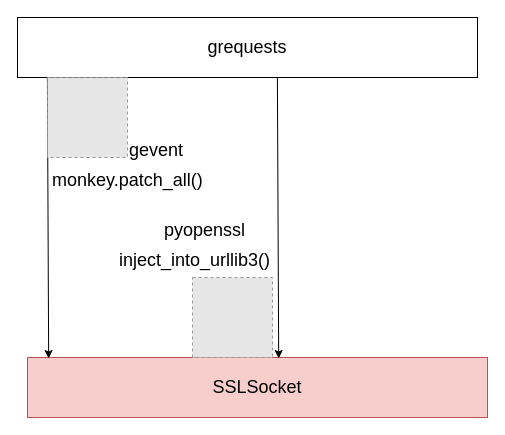
Earlier version of the draw.io diagram decks/grequests-https-talk/images/double-monkey-patching-3.drawio (saurabh-hirani/slides). Source tidied: cells renumbered, new cells numbered last; positions are measured from the earlier drawing's top-left corner, leaving out a move shared by most shapes. Both pictures are drawn from the tidied source at 100%, with x=0, y=0 at pixel (17, 17). Pictures stored in the file or linked from it are replaced by grey dashed boxes.
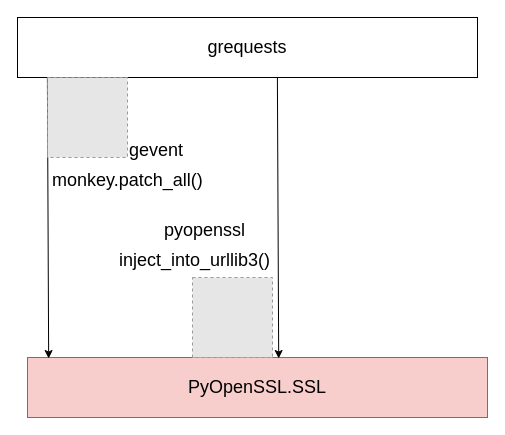
The same page after the edit.

Diff of the diagram source:
```diff
@@
 <mxGraphModel>
   <root>
     <mxCell id="0" />
     <mxCell id="1" parent="0" />
     <mxCell id="2" value="&lt;font style=&quot;font-size: 18px&quot;&gt;grequests&lt;/font&gt;" style="rounded=0;whiteSpace=wrap;html=1;" parent="1" vertex="1">
       <mxGeometry width="460" height="60" as="geometry" />
     </mxCell>
-    <mxCell id="3" value="&lt;font style=&quot;font-size: 18px&quot;&gt;SSLSocket&lt;/font&gt;" style="rounded=0;whiteSpace=wrap;html=1;fillColor=#f8cecc;strokeColor=#b85450;" parent="1" vertex="1">
+    <mxCell id="3" value="&lt;font style=&quot;font-size: 18px&quot;&gt;PyOpenSSL.SSL&lt;/font&gt;" style="rounded=0;whiteSpace=wrap;html=1;fillColor=#f8cecc;strokeColor=#b85450;" parent="1" vertex="1">
       <mxGeometry x="10" y="340" width="460" height="60" as="geometry" />
     </mxCell>
     <mxCell id="4" style="endArrow=classic;html=1;exitX=0.065;exitY=1;exitDx=0;exitDy=0;exitPerimeter=0;entryX=0.046;entryY=0.017;entryDx=0;entryDy=0;entryPerimeter=0;" parent="1" edge="1" source="2" target="3">
       <mxGeometry relative="1" as="geometry" />
     </mxCell>
     <mxCell id="5" style="fillColor=#E6E6E6;strokeColor=#999999;dashed=1;verticalLabelPosition=bottom;labelBackgroundColor=#ffffff;verticalAlign=top;" parent="1" vertex="1">
       <mxGeometry x="30" y="60" width="80" height="80" as="geometry" />
     </mxCell>
     <mxCell id="6" value="&lt;font style=&quot;font-size: 18px&quot;&gt;monkey.patch_all()&lt;/font&gt;" style="text;html=1;align=left;verticalAlign=top;spacingTop=-4;" parent="1" vertex="1">
       <mxGeometry x="33" y="150" width="170" height="20" as="geometry" />
     </mxCell>
     <mxCell id="7" style="endArrow=classic;html=1;exitX=0.065;exitY=1;exitDx=0;exitDy=0;exitPerimeter=0;entryX=0.046;entryY=0.017;entryDx=0;entryDy=0;entryPerimeter=0;" parent="1" edge="1">
       <mxGeometry relative="1" as="geometry">
         <mxPoint x="259.9" y="60" as="sourcePoint" />
         <mxPoint x="261.2" y="341" as="targetPoint" />
       </mxGeometry>
     </mxCell>
     <mxCell id="8" style="fillColor=#E6E6E6;strokeColor=#999999;dashed=1;verticalLabelPosition=bottom;labelBackgroundColor=#ffffff;verticalAlign=top;" parent="1" vertex="1">
       <mxGeometry x="175" y="260" width="80" height="80" as="geometry" />
     </mxCell>
     <mxCell id="9" value="&lt;font style=&quot;font-size: 18px&quot;&gt;inject_into_urllib3()&lt;/font&gt;" style="text;html=1;align=left;verticalAlign=top;spacingTop=-4;" parent="1" vertex="1">
       <mxGeometry x="100" y="230" width="170" height="20" as="geometry" />
     </mxCell>
     <mxCell id="10" value="&lt;font style=&quot;font-size: 18px&quot;&gt;pyopenssl&lt;br&gt;&lt;br&gt;&lt;/font&gt;" style="text;html=1;align=left;verticalAlign=top;spacingTop=-4;" parent="1" vertex="1">
       <mxGeometry x="145" y="200" width="100" height="30" as="geometry" />
     </mxCell>
     <mxCell id="11" value="&lt;font style=&quot;font-size: 18px&quot;&gt;gevent&lt;br&gt;&lt;br&gt;&lt;/font&gt;" style="text;html=1;align=left;verticalAlign=top;spacingTop=-4;" parent="1" vertex="1">
       <mxGeometry x="110" y="120" width="70" height="30" as="geometry" />
     </mxCell>
   </root>
 </mxGraphModel>
```
